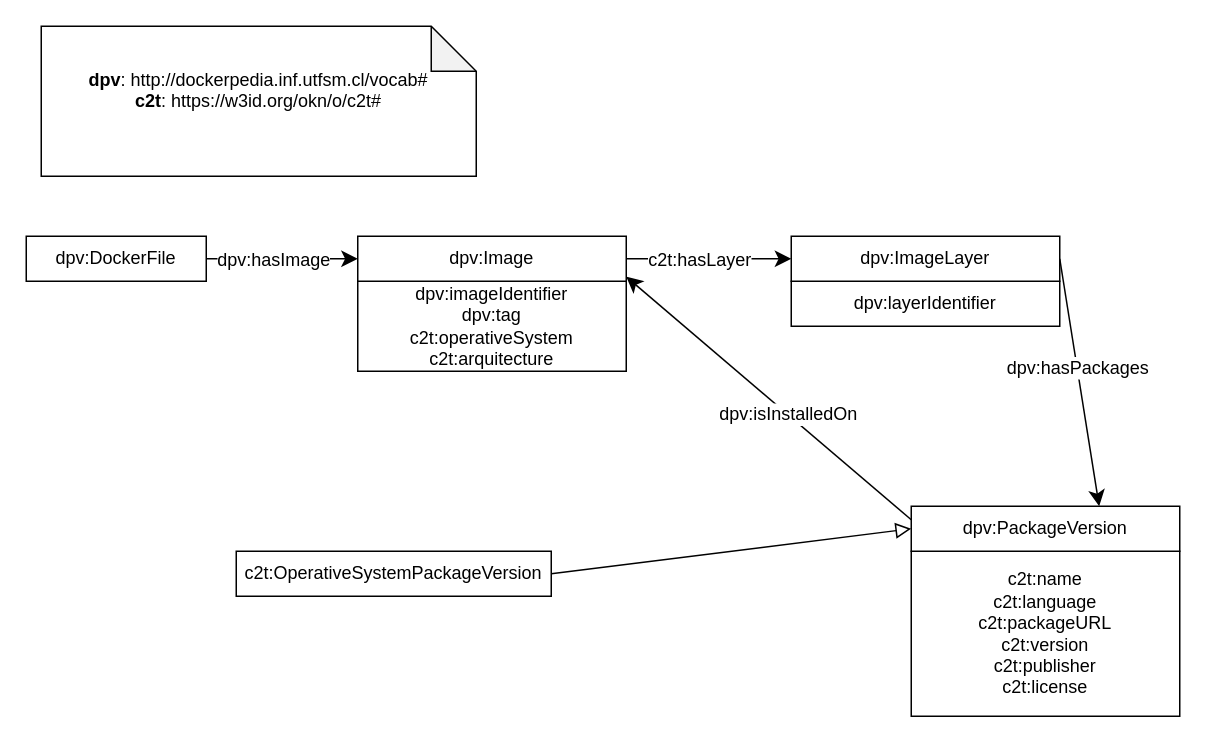
osoc-es/c2t keeps this draw.io diagram as ontology/ontology.drawio. Above is the earlier version. Source tidied: cells renumbered, new cells numbered last; positions are measured from the earlier drawing's top-left corner, leaving out a move shared by most shapes. Both pictures are drawn from the tidied source at 150%, with x=0, y=0 at pixel (26, 26).
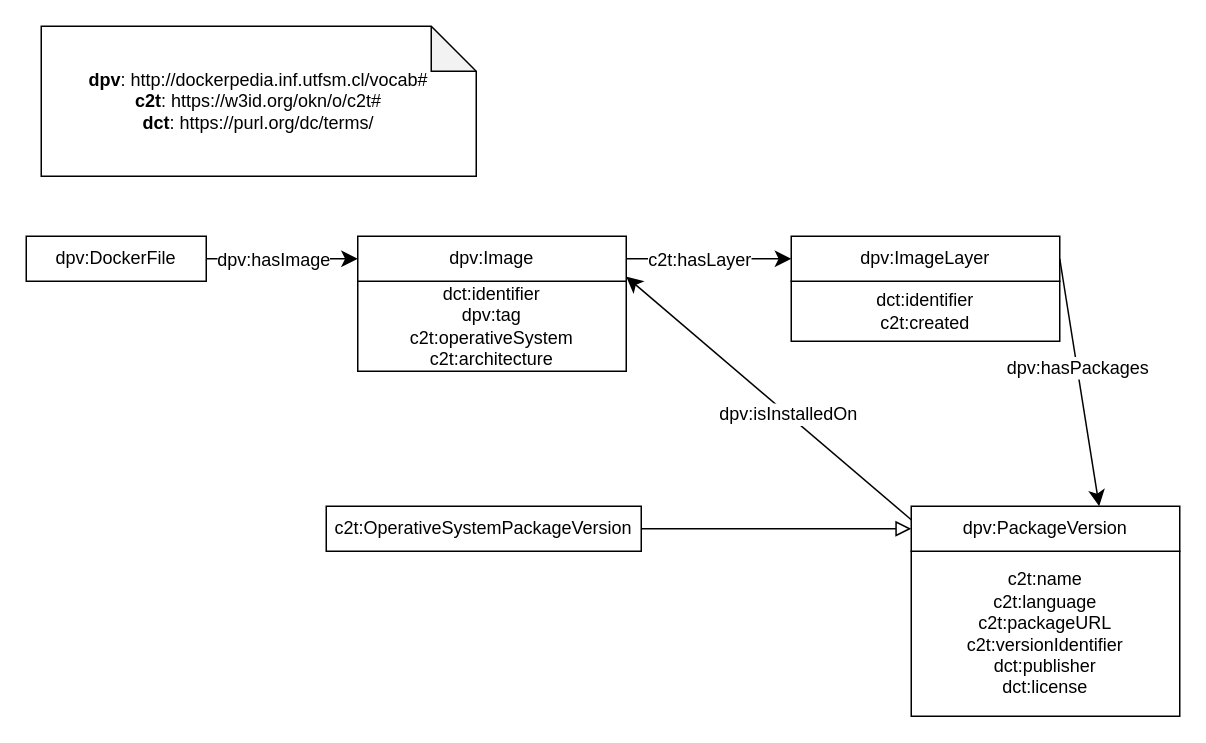
After the change.

Commit message (it also covers changes not shown here):
Ontología modificada

The edit, as a diff of the source:
```diff
@@
 <mxGraphModel>
   <root>
     <mxCell id="0" />
     <mxCell id="1" parent="0" />
     <mxCell id="2" value="dpv:DockerFile" style="rounded=0;whiteSpace=wrap;html=1;snapToPoint=1;points=[[0.1,0],[0.2,0],[0.3,0],[0.4,0],[0.5,0],[0.6,0],[0.7,0],[0.8,0],[0.9,0],[0,0.1],[0,0.3],[0,0.5],[0,0.7],[0,0.9],[0.1,1],[0.2,1],[0.3,1],[0.4,1],[0.5,1],[0.6,1],[0.7,1],[0.8,1],[0.9,1],[1,0.1],[1,0.3],[1,0.5],[1,0.7],[1,0.9]];" parent="1" vertex="1">
       <mxGeometry y="140" width="120" height="30" as="geometry" />
     </mxCell>
-    <mxCell id="3" value="&lt;div&gt;&lt;b&gt;dpv&lt;/b&gt;: http://dockerpedia.inf.utfsm.cl/vocab#&lt;/div&gt;&lt;div&gt;&lt;div&gt;&lt;b&gt;c2t&lt;/b&gt;: https://w3id.org/okn/o/c2t#&lt;/div&gt;&lt;/div&gt;&lt;div&gt;&lt;br&gt;&lt;/div&gt;" style="shape=note;whiteSpace=wrap;html=1;backgroundOutline=1;darkOpacity=0.05;" parent="1" vertex="1">
+    <mxCell id="3" value="&lt;div&gt;&lt;b&gt;dpv&lt;/b&gt;: http://dockerpedia.inf.utfsm.cl/vocab#&lt;/div&gt;&lt;div&gt;&lt;div&gt;&lt;b&gt;c2t&lt;/b&gt;: https://w3id.org/okn/o/c2t#&lt;/div&gt;&lt;/div&gt;&lt;div&gt;&lt;div&gt;&lt;b&gt;dct&lt;/b&gt;: https://purl.org/dc/terms/&lt;/div&gt;&lt;/div&gt;" style="shape=note;whiteSpace=wrap;html=1;backgroundOutline=1;darkOpacity=0.05;" parent="1" vertex="1">
       <mxGeometry x="10" width="290" height="100" as="geometry" />
     </mxCell>
     <mxCell id="4" value="c2t:OperativeSystemPackageVersion" style="rounded=0;whiteSpace=wrap;html=1;snapToPoint=1;points=[[0.1,0],[0.2,0],[0.3,0],[0.4,0],[0.5,0],[0.6,0],[0.7,0],[0.8,0],[0.9,0],[0,0.1],[0,0.3],[0,0.5],[0,0.7],[0,0.9],[0.1,1],[0.2,1],[0.3,1],[0.4,1],[0.5,1],[0.6,1],[0.7,1],[0.8,1],[0.9,1],[1,0.1],[1,0.3],[1,0.5],[1,0.7],[1,0.9]];" parent="1" vertex="1">
-      <mxGeometry x="140" y="350" width="210" height="30" as="geometry" />
+      <mxGeometry x="200" y="320" width="210" height="30" as="geometry" />
     </mxCell>
-    <mxCell id="5" value="dpv:imageIdentifier&lt;br&gt;dpv:tag&lt;br&gt;c2t:operativeSystem&lt;br&gt;c2t:arquitecture" style="rounded=0;whiteSpace=wrap;html=1;" parent="1" vertex="1">
+    <mxCell id="5" value="dct:identifier&lt;br&gt;dpv:tag&lt;br&gt;c2t:operativeSystem&lt;br&gt;c2t:architecture" style="rounded=0;whiteSpace=wrap;html=1;" parent="1" vertex="1">
       <mxGeometry x="221" y="170" width="179" height="60" as="geometry" />
     </mxCell>
     <mxCell id="6" value="dpv:Image" style="rounded=0;whiteSpace=wrap;html=1;snapToPoint=1;points=[[0.1,0],[0.2,0],[0.3,0],[0.4,0],[0.5,0],[0.6,0],[0.7,0],[0.8,0],[0.9,0],[0,0.1],[0,0.3],[0,0.5],[0,0.7],[0,0.9],[0.1,1],[0.2,1],[0.3,1],[0.4,1],[0.5,1],[0.6,1],[0.7,1],[0.8,1],[0.9,1],[1,0.1],[1,0.3],[1,0.5],[1,0.7],[1,0.9]];" parent="1" vertex="1">
       <mxGeometry x="221" y="140" width="179" height="30" as="geometry" />
     </mxCell>
-    <mxCell id="7" value="dpv:layerIdentifier" style="rounded=0;whiteSpace=wrap;html=1;" parent="1" vertex="1">
-      <mxGeometry x="510" y="170" width="179" height="30" as="geometry" />
+    <mxCell id="7" value="dct:identifier&lt;br&gt;c2t:created" style="rounded=0;whiteSpace=wrap;html=1;" parent="1" vertex="1">
+      <mxGeometry x="510" y="170" width="179" height="40" as="geometry" />
     </mxCell>
     <mxCell id="8" value="dpv:ImageLayer" style="rounded=0;whiteSpace=wrap;html=1;snapToPoint=1;points=[[0.1,0],[0.2,0],[0.3,0],[0.4,0],[0.5,0],[0.6,0],[0.7,0],[0.8,0],[0.9,0],[0,0.1],[0,0.3],[0,0.5],[0,0.7],[0,0.9],[0.1,1],[0.2,1],[0.3,1],[0.4,1],[0.5,1],[0.6,1],[0.7,1],[0.8,1],[0.9,1],[1,0.1],[1,0.3],[1,0.5],[1,0.7],[1,0.9]];" parent="1" vertex="1">
       <mxGeometry x="510" y="140" width="179" height="30" as="geometry" />
     </mxCell>
-    <mxCell id="9" value="c2t:name&lt;br&gt;c2t:language&lt;br&gt;c2t:packageURL&lt;br&gt;c2t:version&lt;br&gt;c2t:publisher&lt;br&gt;c2t:license" style="rounded=0;whiteSpace=wrap;html=1;" parent="1" vertex="1">
+    <mxCell id="9" value="c2t:name&lt;br&gt;c2t:language&lt;br&gt;c2t:packageURL&lt;br&gt;c2t:versionIdentifier&lt;br&gt;dct:publisher&lt;br&gt;dct:license" style="rounded=0;whiteSpace=wrap;html=1;" parent="1" vertex="1">
       <mxGeometry x="590" y="350" width="179" height="110" as="geometry" />
     </mxCell>
     <mxCell id="10" value="dpv:PackageVersion" style="rounded=0;whiteSpace=wrap;html=1;snapToPoint=1;points=[[0.1,0],[0.2,0],[0.3,0],[0.4,0],[0.5,0],[0.6,0],[0.7,0],[0.8,0],[0.9,0],[0,0.1],[0,0.3],[0,0.5],[0,0.7],[0,0.9],[0.1,1],[0.2,1],[0.3,1],[0.4,1],[0.5,1],[0.6,1],[0.7,1],[0.8,1],[0.9,1],[1,0.1],[1,0.3],[1,0.5],[1,0.7],[1,0.9]];" parent="1" vertex="1">
       <mxGeometry x="590" y="320" width="179" height="30" as="geometry" />
     </mxCell>
     <mxCell id="11" style="endArrow=classic;html=1;exitX=1;exitY=0.5;exitDx=0;exitDy=0;endSize=8;arcSize=0;rounded=0;entryX=0;entryY=0.5;entryDx=0;entryDy=0;" parent="1" edge="1" source="2" target="6">
       <mxGeometry relative="1" as="geometry" />
     </mxCell>
     <mxCell id="12" value="dpv:hasImage" style="text;html=1;align=center;verticalAlign=middle;labelBackgroundColor=#ffffff;" parent="11" vertex="1">
       <mxGeometry x="-0.13" relative="1" as="geometry" />
     </mxCell>
     <mxCell id="13" style="endArrow=classic;html=1;endSize=8;arcSize=0;rounded=0;exitX=1;exitY=0.5;exitDx=0;exitDy=0;entryX=0;entryY=0.5;entryDx=0;entryDy=0;" parent="1" edge="1" source="6" target="8">
       <mxGeometry relative="1" as="geometry" />
     </mxCell>
     <mxCell id="14" value="c2t:hasLayer" style="text;html=1;align=center;verticalAlign=middle;labelBackgroundColor=#ffffff;" parent="13" vertex="1">
       <mxGeometry x="-0.13" relative="1" as="geometry" />
     </mxCell>
     <mxCell id="15" style="endArrow=classic;html=1;endSize=8;arcSize=0;rounded=0;entryX=0.7;entryY=0;entryDx=0;entryDy=0;exitX=1;exitY=0.5;exitDx=0;exitDy=0;" parent="1" edge="1" source="8" target="10">
       <mxGeometry relative="1" as="geometry" />
     </mxCell>
     <mxCell id="16" value="dpv:hasPackages" style="text;html=1;align=center;verticalAlign=middle;labelBackgroundColor=#ffffff;" parent="15" vertex="1">
       <mxGeometry x="-0.13" relative="1" as="geometry" />
     </mxCell>
     <mxCell id="17" style="endArrow=classic;html=1;exitX=0;exitY=0.3;exitDx=0;exitDy=0;entryX=1;entryY=0.9;entryDx=0;entryDy=0;endSize=8;arcSize=0;rounded=0;" parent="1" edge="1" source="10" target="6">
       <mxGeometry relative="1" as="geometry" />
     </mxCell>
     <mxCell id="18" value="dpv:isInstalledOn" style="text;html=1;align=center;verticalAlign=middle;labelBackgroundColor=#ffffff;" parent="17" vertex="1">
       <mxGeometry x="-0.13" relative="1" as="geometry" />
     </mxCell>
     <mxCell id="19" style="endArrow=block;html=1;fontColor=#000099;exitX=1;exitY=0.5;exitDx=0;exitDy=0;endFill=0;entryX=0;entryY=0.5;entryDx=0;entryDy=0;endSize=8;arcSize=0;rounded=0;" parent="1" edge="1" source="4" target="10">
       <mxGeometry relative="1" as="geometry" />
     </mxCell>
   </root>
 </mxGraphModel>
```
